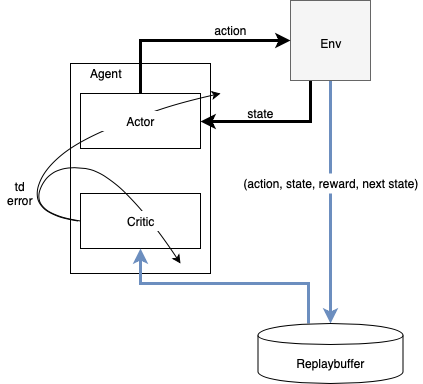
Above: ddpg.png in fgeiss/udacity_drlnp_continuous_control (draw.io), before the change. Source tidied: cells renumbered, new cells last; positions are measured from the earlier drawing's top-left corner, leaving out a move shared by most shapes.
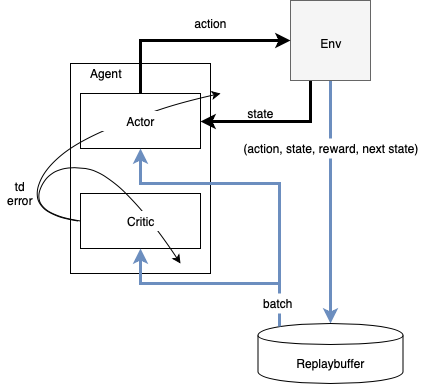
The same file after the commit.

Change to the diagram source:
```diff
@@ -27,12 +27,12 @@
       <mxGeometry x="310" y="33" width="40" height="20" as="geometry" />
     </mxCell>
     <mxCell id="10" value="action" style="text;html=1;strokeColor=none;fillColor=none;align=center;verticalAlign=middle;whiteSpace=wrap;rounded=0;" parent="1" vertex="1">
-      <mxGeometry x="210" y="20" width="40" height="20" as="geometry" />
+      <mxGeometry x="190" y="13" width="40" height="20" as="geometry" />
     </mxCell>
-    <mxCell id="11" style="edgeStyle=orthogonalEdgeStyle;rounded=0;jettySize=auto;html=1;entryX=0.5;entryY=1;entryDx=0;entryDy=0;strokeWidth=3;fillColor=#dae8fc;strokeColor=#6c8ebf;exitX=0.348;exitY=0;exitDx=0;exitDy=0;exitPerimeter=0;" parent="1" edge="1" source="12" target="8">
+    <mxCell id="11" style="edgeStyle=orthogonalEdgeStyle;rounded=0;jettySize=auto;html=1;entryX=0.5;entryY=1;entryDx=0;entryDy=0;strokeWidth=3;fillColor=#dae8fc;strokeColor=#6c8ebf;exitX=0.15;exitY=0.05;exitDx=0;exitDy=0;exitPerimeter=0;" parent="1" edge="1" source="12" target="8">
       <mxGeometry relative="1" as="geometry">
         <Array as="points">
-          <mxPoint x="308" y="283" />
+          <mxPoint x="279" y="283" />
           <mxPoint x="140" y="283" />
         </Array>
       </mxGeometry>
@@ -44,7 +44,7 @@
       <mxGeometry x="310" y="353" width="40" height="20" as="geometry" />
     </mxCell>
     <mxCell id="14" value="(action, state, reward, next state)" style="text;html=1;strokeColor=none;fillColor=#ffffff;align=center;verticalAlign=middle;whiteSpace=wrap;rounded=0;" parent="1" vertex="1">
-      <mxGeometry x="238" y="173" width="184" height="20" as="geometry" />
+      <mxGeometry x="238" y="138" width="184" height="20" as="geometry" />
     </mxCell>
     <mxCell id="15" value="state" style="text;html=1;strokeColor=none;fillColor=none;align=center;verticalAlign=middle;whiteSpace=wrap;rounded=0;" parent="1" vertex="1">
       <mxGeometry x="240" y="103" width="40" height="20" as="geometry" />
@@ -82,5 +82,16 @@
     <mxCell id="21" value="Agent" style="text;html=1;strokeColor=none;fillColor=none;align=center;verticalAlign=middle;whiteSpace=wrap;rounded=0;" parent="1" vertex="1">
       <mxGeometry x="80" y="63" width="50" height="20" as="geometry" />
     </mxCell>
+    <mxCell id="22" style="edgeStyle=orthogonalEdgeStyle;rounded=0;jettySize=auto;html=1;strokeWidth=3;fillColor=#dae8fc;strokeColor=#6c8ebf;exitX=0.15;exitY=0.05;exitDx=0;exitDy=0;exitPerimeter=0;entryX=0.5;entryY=1;entryDx=0;entryDy=0;" parent="1" edge="1" source="12" target="7">
+      <mxGeometry relative="1" as="geometry">
+        <Array as="points">
+          <mxPoint x="279" y="183" />
+          <mxPoint x="140" y="183" />
+        </Array>
+      </mxGeometry>
+    </mxCell>
+    <mxCell id="23" value="batch" style="text;html=1;strokeColor=none;fillColor=#ffffff;align=center;verticalAlign=middle;whiteSpace=wrap;rounded=0;" parent="1" vertex="1">
+      <mxGeometry x="257.5" y="293" width="40" height="20" as="geometry" />
+    </mxCell>
   </root>
 </mxGraphModel>
```
